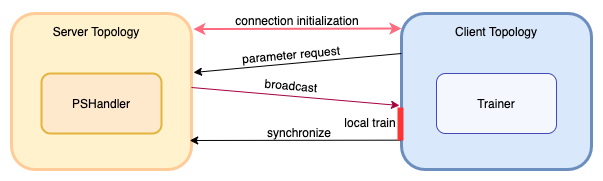
This is docs/imgs/fedlab-asychronous.png from SMILELab-FL/FedLab, a draw.io export, as it was before one commit. Source tidied: cells renumbered, new cells last; positions are measured from the earlier drawing's top-left corner, leaving out a move shared by most shapes.
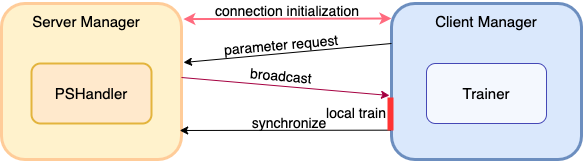
The same diagram one commit later.

What changed in the source:
```diff
@@ -2,19 +2,19 @@
   <root>
     <mxCell id="0" />
     <mxCell id="1" parent="0" />
-    <mxCell id="2" value="local train" style="text;html=1;strokeColor=none;fillColor=none;align=center;verticalAlign=middle;whiteSpace=wrap;rounded=0;" parent="1" vertex="1">
-      <mxGeometry x="314" y="102" width="90" height="20" as="geometry" />
+    <mxCell id="2" value="&lt;font style=&quot;font-size: 14px&quot;&gt;local train&lt;/font&gt;" style="text;html=1;strokeColor=none;fillColor=none;align=center;verticalAlign=middle;whiteSpace=wrap;rounded=0;" parent="1" vertex="1">
+      <mxGeometry x="310" y="102" width="90" height="20" as="geometry" />
     </mxCell>
     <mxCell id="3" style="rounded=1;whiteSpace=wrap;html=1;fillColor=#fff2cc;strokeColor=#FFCC99;strokeWidth=3;" parent="1" vertex="1">
       <mxGeometry y="3" width="180" height="156" as="geometry" />
     </mxCell>
-    <mxCell id="4" value="Server Topology" style="text;html=1;strokeColor=none;fillColor=none;align=center;verticalAlign=middle;whiteSpace=wrap;rounded=0;" parent="1" vertex="1">
+    <mxCell id="4" value="&lt;font style=&quot;font-size: 15px&quot;&gt;Server Manager&lt;/font&gt;" style="text;html=1;strokeColor=none;fillColor=none;align=center;verticalAlign=middle;whiteSpace=wrap;rounded=0;" parent="1" vertex="1">
       <mxGeometry x="20" y="11" width="130" height="20" as="geometry" />
     </mxCell>
     <mxCell id="5" style="rounded=1;whiteSpace=wrap;html=1;fillColor=#dae8fc;strokeColor=#6c8ebf;strokeWidth=3;" parent="1" vertex="1">
       <mxGeometry x="390" y="3" width="190" height="156" as="geometry" />
     </mxCell>
-    <mxCell id="6" value="Client Topology" style="text;html=1;strokeColor=none;fillColor=none;align=center;verticalAlign=middle;whiteSpace=wrap;rounded=1;" parent="1" vertex="1">
+    <mxCell id="6" value="&lt;font style=&quot;font-size: 15px&quot;&gt;Client Manager&lt;/font&gt;" style="text;html=1;strokeColor=none;fillColor=none;align=center;verticalAlign=middle;whiteSpace=wrap;rounded=1;" parent="1" vertex="1">
       <mxGeometry x="390" y="11" width="190" height="20" as="geometry" />
     </mxCell>
     <mxCell id="7" style="endArrow=classic;html=1;fillColor=#d80073;strokeColor=#A50040;exitX=1;exitY=0.5;exitDx=0;exitDy=0;" parent="1" edge="1">
@@ -26,16 +26,16 @@
     <mxCell id="8" style="endArrow=classic;html=1;exitX=-0.004;exitY=0.812;exitDx=0;exitDy=0;entryX=0.99;entryY=0.814;entryDx=0;entryDy=0;entryPerimeter=0;exitPerimeter=0;" parent="1" edge="1" source="5" target="3">
       <mxGeometry relative="1" as="geometry" />
     </mxCell>
-    <mxCell id="9" value="synchronize" style="text;html=1;strokeColor=none;fillColor=none;align=center;verticalAlign=middle;whiteSpace=wrap;rounded=0;shadow=0;glass=0;dashed=1;sketch=0;opacity=70;" parent="1" vertex="1">
+    <mxCell id="9" value="&lt;font style=&quot;font-size: 14px&quot;&gt;synchronize&lt;/font&gt;" style="text;html=1;strokeColor=none;fillColor=none;align=center;verticalAlign=middle;whiteSpace=wrap;rounded=0;shadow=0;glass=0;dashed=1;sketch=0;opacity=70;" parent="1" vertex="1">
       <mxGeometry x="243" y="112" width="90" height="20" as="geometry" />
     </mxCell>
-    <mxCell id="10" value="PSHandler" style="rounded=1;whiteSpace=wrap;html=1;shadow=0;glass=0;sketch=0;strokeColor=#d79b00;fillColor=#ffe6cc;opacity=70;strokeWidth=2;" parent="1" vertex="1">
+    <mxCell id="10" value="&lt;font style=&quot;font-size: 15px&quot;&gt;PSHandler&lt;/font&gt;" style="rounded=1;whiteSpace=wrap;html=1;shadow=0;glass=0;sketch=0;strokeColor=#d79b00;fillColor=#ffe6cc;opacity=70;strokeWidth=2;" parent="1" vertex="1">
       <mxGeometry x="30" y="63" width="120" height="60" as="geometry" />
     </mxCell>
-    <mxCell id="11" value="Trainer" style="rounded=1;whiteSpace=wrap;html=1;shadow=0;glass=0;sketch=0;opacity=70;strokeColor=#000099;" parent="1" vertex="1">
+    <mxCell id="11" value="&lt;font style=&quot;font-size: 15px&quot;&gt;Trainer&lt;/font&gt;" style="rounded=1;whiteSpace=wrap;html=1;shadow=0;glass=0;sketch=0;opacity=70;strokeColor=#000099;" parent="1" vertex="1">
       <mxGeometry x="425" y="63" width="120" height="60" as="geometry" />
     </mxCell>
-    <mxCell id="12" value="connection initialization" style="text;html=1;strokeColor=none;fillColor=none;align=center;verticalAlign=middle;whiteSpace=wrap;rounded=0;" parent="1" vertex="1">
+    <mxCell id="12" value="&lt;font style=&quot;font-size: 14px&quot;&gt;connection initialization&lt;/font&gt;" style="text;html=1;strokeColor=none;fillColor=none;align=center;verticalAlign=middle;whiteSpace=wrap;rounded=0;" parent="1" vertex="1">
       <mxGeometry x="201" width="170" height="20" as="geometry" />
     </mxCell>
     <mxCell id="13" style="endArrow=classic;startArrow=classic;html=1;entryX=0;entryY=0.25;entryDx=0;entryDy=0;exitX=1.01;exitY=0.087;exitDx=0;exitDy=0;exitPerimeter=0;fillColor=#d80073;strokeWidth=2;strokeColor=#FF6B7F;" parent="1" edge="1">
@@ -44,7 +44,7 @@
         <mxPoint x="390" y="18" as="targetPoint" />
       </mxGeometry>
     </mxCell>
-    <mxCell id="14" value="broadcast" style="text;html=1;strokeColor=none;fillColor=none;align=center;verticalAlign=middle;whiteSpace=wrap;rounded=0;rotation=5;" parent="1" vertex="1">
+    <mxCell id="14" value="&lt;font style=&quot;font-size: 14px&quot;&gt;broadcast&lt;/font&gt;" style="text;html=1;strokeColor=none;fillColor=none;align=center;verticalAlign=middle;whiteSpace=wrap;rounded=0;rotation=5;" parent="1" vertex="1">
       <mxGeometry x="240" y="65" width="80" height="20" as="geometry" />
     </mxCell>
     <mxCell id="15" style="endArrow=none;html=1;strokeWidth=6;strokeColor=#FF3333;" parent="1" edge="1">
@@ -59,7 +59,7 @@
         <mxPoint x="182" y="62" as="targetPoint" />
       </mxGeometry>
     </mxCell>
-    <mxCell id="17" value="parameter request" style="text;html=1;strokeColor=none;fillColor=none;align=center;verticalAlign=middle;whiteSpace=wrap;rounded=0;rotation=-5;" parent="1" vertex="1">
+    <mxCell id="17" value="&lt;font style=&quot;font-size: 14px&quot;&gt;parameter request&lt;/font&gt;" style="text;html=1;strokeColor=none;fillColor=none;align=center;verticalAlign=middle;whiteSpace=wrap;rounded=0;rotation=-5;" parent="1" vertex="1">
       <mxGeometry x="210" y="34" width="140" height="20" as="geometry" />
     </mxCell>
   </root>
```
